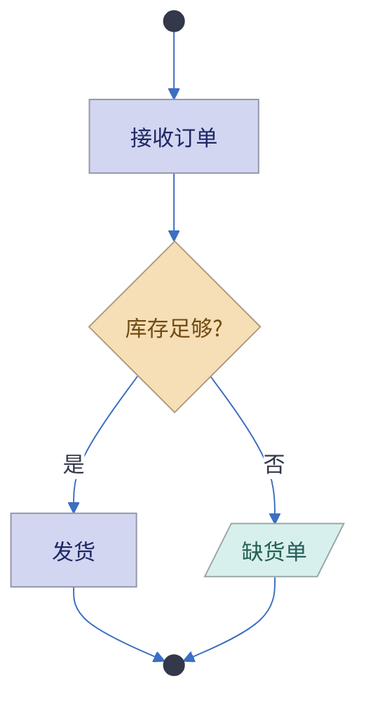
The Mermaid diagram docs/assets/activity.png in huang-hee/diagram-kit, before a commit. Its source is kept beside it as docs/assets/activity.mmd.
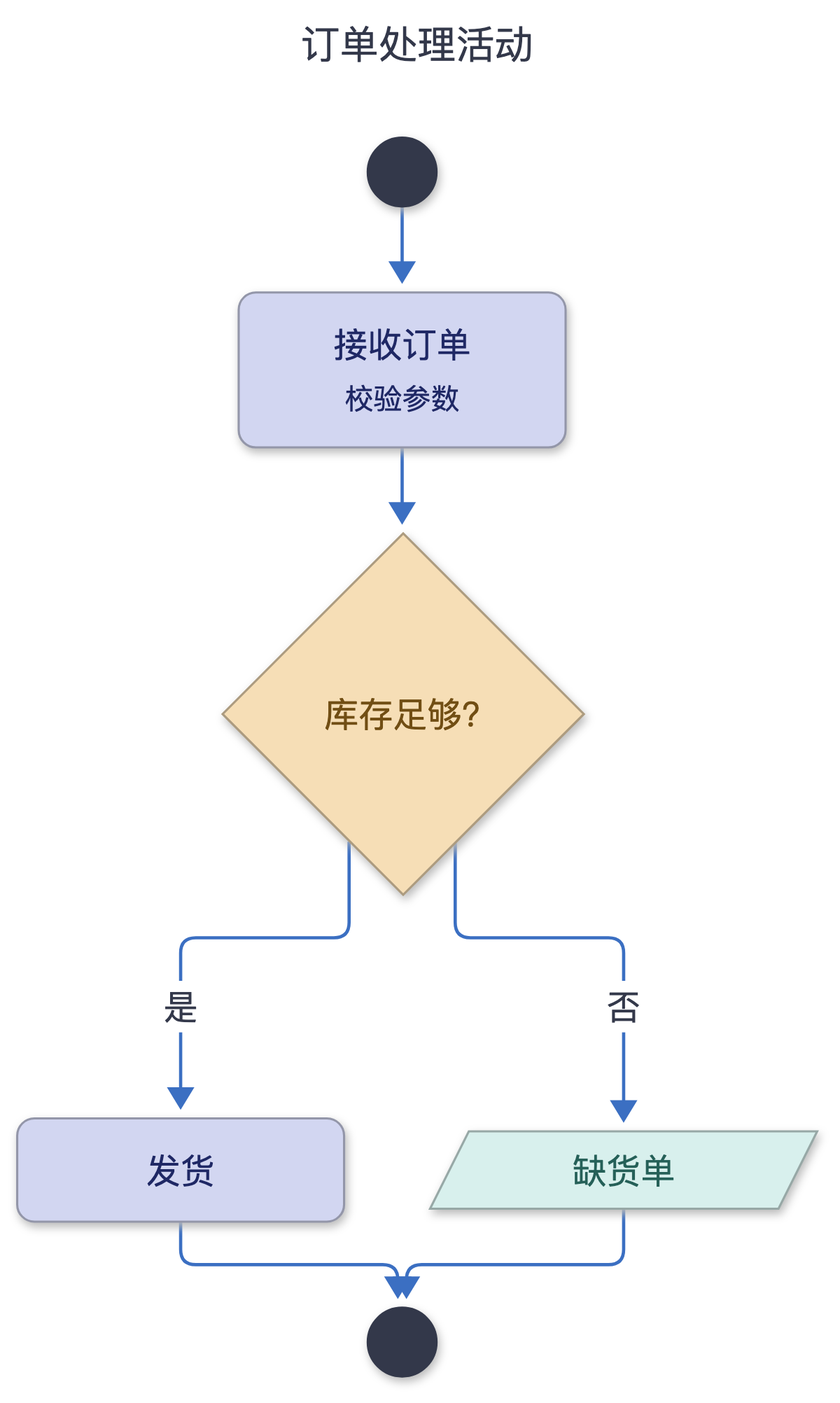
Later version of the same file.

The edit, as a diff of the source:
```diff
@@ -1,7 +1,14 @@
 ---
+title: "订单处理活动"
 config:
   theme: base
   fontFamily: "PingFang SC, Microsoft YaHei, Noto Sans CJK SC, Source Han Sans SC, sans-serif"
+  flowchart:
+    curve: "step"
+    nodeSpacing: 50
+    rankSpacing: 60
+    padding: 12
+    wrappingWidth: 300
   themeVariables:
     background: "#FFFFFF"
     primaryColor: "#FFFFFF"
@@ -21,14 +28,15 @@
     noteTextColor: "#33384A"
 ---
 flowchart TB
-  S(( )):::bar --> A[接收订单]:::action
+  S(( )):::bar --> A["接收订单<br><small>校验参数</small>"]:::action
   A --> D{库存足够?}:::decision
   D -- 是 --> F[发货]:::action
   D -- 否 --> O[/缺货单/]:::object
   F --> E(( )):::bar
   O --> E
-classDef action fill:#D2D6F1,stroke:#9396A9,color:#1F2865
-classDef decision fill:#F6DEB6,stroke:#AC9B7F,color:#714E14
-classDef object fill:#D8F0ED,stroke:#97A8A6,color:#256058
-classDef bar fill:#33384A,stroke:#33384A,color:#FFFFFF
-classDef partition fill:#EBF1F9,stroke:#3B6FC2,color:#33384A
+classDef action fill:#D2D6F1,stroke:#9396A9,color:#1F2865,rx:8,ry:8
+classDef decision fill:#F6DEB6,stroke:#AC9B7F,color:#714E14,rx:8,ry:8
+classDef object fill:#D8F0ED,stroke:#97A8A6,color:#256058,rx:8,ry:8
+classDef bar fill:#33384A,stroke:#33384A,color:#FFFFFF,rx:8,ry:8
+classDef partition fill:#EBF1F9,stroke:#3B6FC2,color:#33384A,rx:8,ry:8
+linkStyle default stroke-width:1.5px
```
